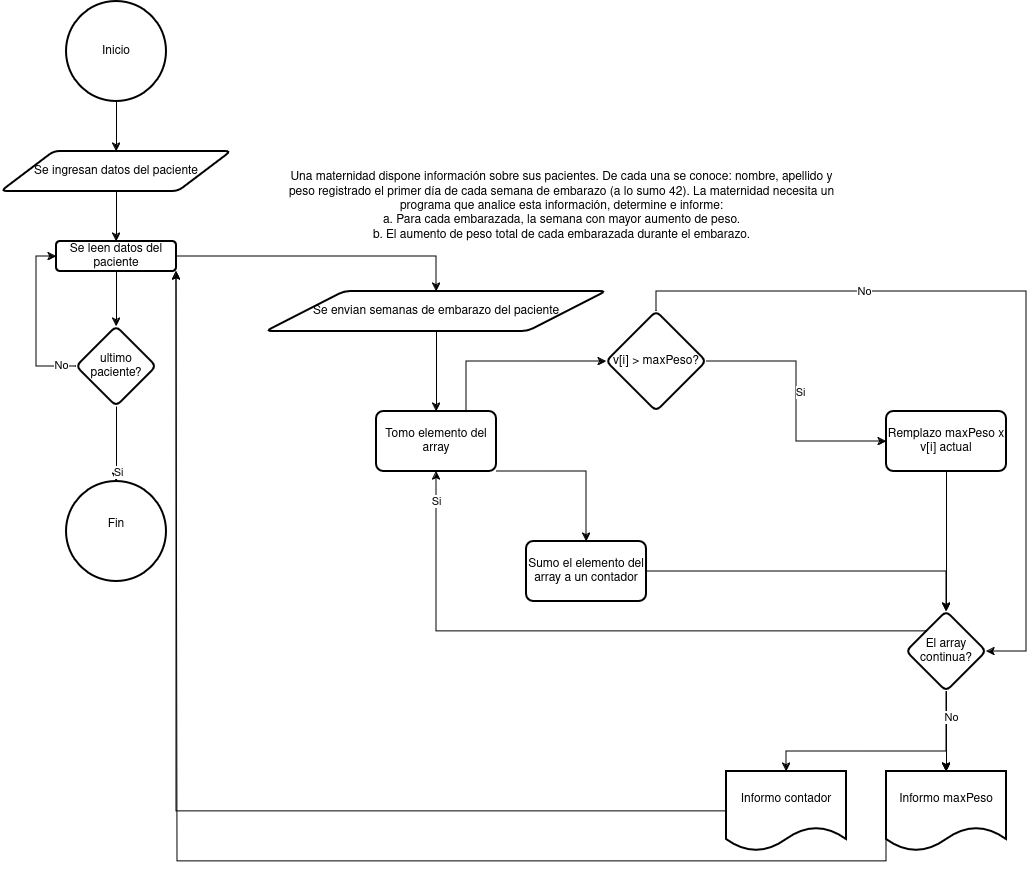
FrancoBanis/facultadInformatica-unlp keeps this draw.io diagram as primero/CADP/Ejercicio4/diagrama.png. Above is the earlier version. Source tidied: cells renumbered, new cells last; positions are measured from the earlier drawing's top-left corner, leaving out a move shared by most shapes.
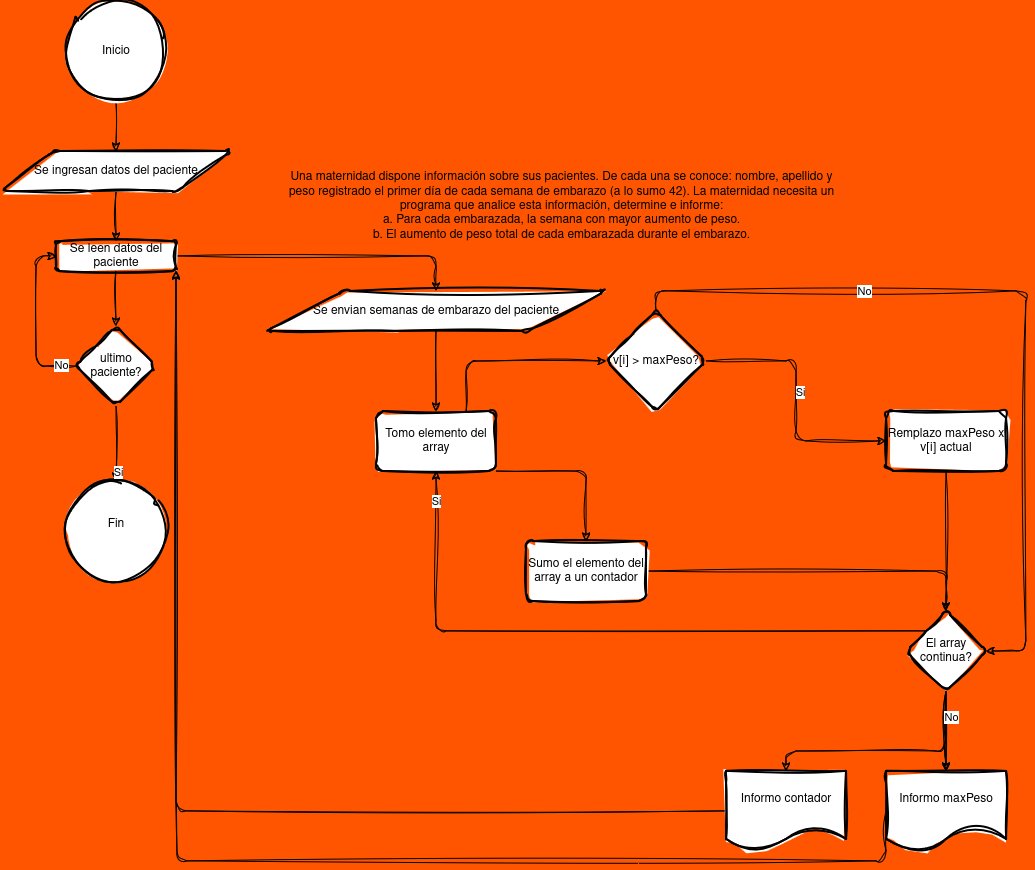
Later version of the same file.

Diff of the diagram source:
```diff
@@ -1,60 +1,60 @@
-<mxGraphModel>
+<mxGraphModel background="#FF5500">
   <root>
     <mxCell id="0" />
     <mxCell id="1" parent="0" />
-    <mxCell id="2" value="Fin&lt;div&gt;&lt;br/&gt;&lt;/div&gt;" style="strokeWidth=2;html=1;shape=mxgraph.flowchart.start_2;whiteSpace=wrap;" parent="1" vertex="1">
+    <mxCell id="2" value="Fin&lt;div&gt;&lt;br/&gt;&lt;/div&gt;" style="strokeWidth=2;html=1;shape=mxgraph.flowchart.start_2;whiteSpace=wrap;sketch=1;curveFitting=1;jiggle=2;rounded=1;" parent="1" vertex="1">
       <mxGeometry x="65" y="480" width="100" height="100" as="geometry" />
     </mxCell>
-    <mxCell id="3" style="edgeStyle=orthogonalEdgeStyle;rounded=0;jettySize=auto;html=1;" parent="1" edge="1" source="4" target="7">
+    <mxCell id="3" style="edgeStyle=orthogonalEdgeStyle;rounded=1;jettySize=auto;html=1;sketch=1;curveFitting=1;jiggle=2;" parent="1" edge="1" source="4" target="7">
       <mxGeometry relative="1" as="geometry" />
     </mxCell>
-    <mxCell id="4" value="Inicio" style="strokeWidth=2;html=1;shape=mxgraph.flowchart.start_2;whiteSpace=wrap;" parent="1" vertex="1">
+    <mxCell id="4" value="Inicio" style="strokeWidth=2;html=1;shape=mxgraph.flowchart.start_2;whiteSpace=wrap;sketch=1;curveFitting=1;jiggle=2;rounded=1;" parent="1" vertex="1">
       <mxGeometry x="65" width="100" height="100" as="geometry" />
     </mxCell>
-    <mxCell id="5" value="Una maternidad dispone información sobre sus pacientes. De cada una se conoce: nombre, apellido y&lt;br&gt;peso registrado el primer día de cada semana de embarazo (a lo sumo 42). La maternidad necesita un&lt;br&gt;programa que analice esta información, determine e informe:&lt;br&gt;a. Para cada embarazada, la semana con mayor aumento de peso.&lt;br&gt;b. El aumento de peso total de cada embarazada durante el embarazo." style="text;html=1;align=center;verticalAlign=middle;strokeColor=none;fillColor=none;" parent="1" vertex="1">
+    <mxCell id="5" value="Una maternidad dispone información sobre sus pacientes. De cada una se conoce: nombre, apellido y&lt;br&gt;peso registrado el primer día de cada semana de embarazo (a lo sumo 42). La maternidad necesita un&lt;br&gt;programa que analice esta información, determine e informe:&lt;br&gt;a. Para cada embarazada, la semana con mayor aumento de peso.&lt;br&gt;b. El aumento de peso total de cada embarazada durante el embarazo." style="text;html=1;align=center;verticalAlign=middle;strokeColor=none;fillColor=none;sketch=1;curveFitting=1;jiggle=2;rounded=1;" parent="1" vertex="1">
       <mxGeometry x="275" y="160" width="570" height="90" as="geometry" />
     </mxCell>
-    <mxCell id="6" style="edgeStyle=orthogonalEdgeStyle;rounded=0;jettySize=auto;html=1;" parent="1" edge="1" source="7" target="10">
+    <mxCell id="6" style="edgeStyle=orthogonalEdgeStyle;rounded=1;jettySize=auto;html=1;sketch=1;curveFitting=1;jiggle=2;" parent="1" edge="1" source="7" target="10">
       <mxGeometry relative="1" as="geometry" />
     </mxCell>
-    <mxCell id="7" value="Se ingresan datos del paciente" style="shape=parallelogram;html=1;strokeWidth=2;perimeter=parallelogramPerimeter;whiteSpace=wrap;rounded=1;arcSize=12;size=0.23;" parent="1" vertex="1">
+    <mxCell id="7" value="Se ingresan datos del paciente" style="shape=parallelogram;html=1;strokeWidth=2;perimeter=parallelogramPerimeter;whiteSpace=wrap;rounded=1;arcSize=12;size=0.23;sketch=1;curveFitting=1;jiggle=2;" parent="1" vertex="1">
       <mxGeometry y="150" width="230" height="40" as="geometry" />
     </mxCell>
-    <mxCell id="8" style="edgeStyle=orthogonalEdgeStyle;rounded=0;jettySize=auto;html=1;entryX=0.5;entryY=0;entryDx=0;entryDy=0;" parent="1" edge="1" source="10" target="12">
+    <mxCell id="8" style="edgeStyle=orthogonalEdgeStyle;rounded=1;jettySize=auto;html=1;entryX=0.5;entryY=0;entryDx=0;entryDy=0;sketch=1;curveFitting=1;jiggle=2;" parent="1" edge="1" source="10" target="12">
       <mxGeometry relative="1" as="geometry" />
     </mxCell>
-    <mxCell id="9" style="edgeStyle=orthogonalEdgeStyle;rounded=0;jettySize=auto;html=1;" parent="1" edge="1" source="10" target="39">
+    <mxCell id="9" style="edgeStyle=orthogonalEdgeStyle;rounded=1;jettySize=auto;html=1;sketch=1;curveFitting=1;jiggle=2;" parent="1" edge="1" source="10" target="39">
       <mxGeometry relative="1" as="geometry" />
     </mxCell>
-    <mxCell id="10" value="Se leen datos del paciente" style="whiteSpace=wrap;html=1;strokeWidth=2;rounded=1;arcSize=12;" parent="1" vertex="1">
+    <mxCell id="10" value="Se leen datos del paciente" style="whiteSpace=wrap;html=1;strokeWidth=2;rounded=1;arcSize=12;sketch=1;curveFitting=1;jiggle=2;" parent="1" vertex="1">
       <mxGeometry x="55" y="240" width="120" height="30" as="geometry" />
     </mxCell>
-    <mxCell id="11" style="edgeStyle=orthogonalEdgeStyle;rounded=0;jettySize=auto;html=1;" parent="1" edge="1" source="12" target="15">
+    <mxCell id="11" style="edgeStyle=orthogonalEdgeStyle;rounded=1;jettySize=auto;html=1;sketch=1;curveFitting=1;jiggle=2;" parent="1" edge="1" source="12" target="15">
       <mxGeometry relative="1" as="geometry" />
     </mxCell>
-    <mxCell id="12" value="Se envian semanas de embarazo del paciente" style="shape=parallelogram;html=1;strokeWidth=2;perimeter=parallelogramPerimeter;whiteSpace=wrap;rounded=1;arcSize=12;size=0.23;" parent="1" vertex="1">
+    <mxCell id="12" value="Se envian semanas de embarazo del paciente" style="shape=parallelogram;html=1;strokeWidth=2;perimeter=parallelogramPerimeter;whiteSpace=wrap;rounded=1;arcSize=12;size=0.23;sketch=1;curveFitting=1;jiggle=2;" parent="1" vertex="1">
       <mxGeometry x="265" y="290" width="340" height="40" as="geometry" />
     </mxCell>
-    <mxCell id="13" style="edgeStyle=orthogonalEdgeStyle;rounded=0;jettySize=auto;html=1;exitX=0.75;exitY=0;exitDx=0;exitDy=0;" parent="1" edge="1" source="15" target="20">
+    <mxCell id="13" style="edgeStyle=orthogonalEdgeStyle;rounded=1;jettySize=auto;html=1;exitX=0.75;exitY=0;exitDx=0;exitDy=0;sketch=1;curveFitting=1;jiggle=2;" parent="1" edge="1" source="15" target="20">
       <mxGeometry relative="1" as="geometry" />
     </mxCell>
-    <mxCell id="14" style="edgeStyle=orthogonalEdgeStyle;rounded=0;jettySize=auto;html=1;" parent="1" edge="1" source="15" target="32">
+    <mxCell id="14" style="edgeStyle=orthogonalEdgeStyle;rounded=1;jettySize=auto;html=1;sketch=1;curveFitting=1;jiggle=2;" parent="1" edge="1" source="15" target="32">
       <mxGeometry relative="1" as="geometry">
         <Array as="points">
           <mxPoint x="585" y="470" />
         </Array>
       </mxGeometry>
     </mxCell>
-    <mxCell id="15" value="Tomo elemento del array" style="whiteSpace=wrap;html=1;strokeWidth=2;rounded=1;arcSize=12;" parent="1" vertex="1">
+    <mxCell id="15" value="Tomo elemento del array" style="whiteSpace=wrap;html=1;strokeWidth=2;rounded=1;arcSize=12;sketch=1;curveFitting=1;jiggle=2;" parent="1" vertex="1">
       <mxGeometry x="375" y="410" width="120" height="60" as="geometry" />
     </mxCell>
-    <mxCell id="16" style="edgeStyle=orthogonalEdgeStyle;rounded=0;jettySize=auto;html=1;" parent="1" edge="1" source="20" target="22">
+    <mxCell id="16" style="edgeStyle=orthogonalEdgeStyle;rounded=1;jettySize=auto;html=1;sketch=1;curveFitting=1;jiggle=2;" parent="1" edge="1" source="20" target="22">
       <mxGeometry relative="1" as="geometry" />
     </mxCell>
-    <mxCell id="17" value="Si" style="edgeLabel;html=1;align=center;verticalAlign=middle;" parent="16" vertex="1">
+    <mxCell id="17" value="Si" style="edgeLabel;html=1;align=center;verticalAlign=middle;sketch=1;curveFitting=1;jiggle=2;rounded=1;" parent="16" vertex="1">
       <mxGeometry x="-0.08" y="3" relative="1" as="geometry" />
     </mxCell>
-    <mxCell id="18" style="edgeStyle=orthogonalEdgeStyle;rounded=0;jettySize=auto;html=1;exitX=0.5;exitY=0;exitDx=0;exitDy=0;entryX=1;entryY=0.5;entryDx=0;entryDy=0;" parent="1" edge="1" source="20" target="30">
+    <mxCell id="18" style="edgeStyle=orthogonalEdgeStyle;rounded=1;jettySize=auto;html=1;exitX=0.5;exitY=0;exitDx=0;exitDy=0;entryX=1;entryY=0.5;entryDx=0;entryDy=0;sketch=1;curveFitting=1;jiggle=2;" parent="1" edge="1" source="20" target="30">
       <mxGeometry relative="1" as="geometry">
         <Array as="points">
           <mxPoint x="655" y="290" />
@@ -63,34 +63,34 @@
         </Array>
       </mxGeometry>
     </mxCell>
-    <mxCell id="19" value="No" style="edgeLabel;html=1;align=center;verticalAlign=middle;" parent="18" vertex="1">
+    <mxCell id="19" value="No" style="edgeLabel;html=1;align=center;verticalAlign=middle;sketch=1;curveFitting=1;jiggle=2;rounded=1;" parent="18" vertex="1">
       <mxGeometry x="-0.43" y="1" relative="1" as="geometry" />
     </mxCell>
-    <mxCell id="20" value="v[i] &amp;gt; maxPeso?" style="rhombus;whiteSpace=wrap;html=1;strokeWidth=2;rounded=1;arcSize=12;" parent="1" vertex="1">
+    <mxCell id="20" value="v[i] &amp;gt; maxPeso?" style="rhombus;whiteSpace=wrap;html=1;strokeWidth=2;rounded=1;arcSize=12;sketch=1;curveFitting=1;jiggle=2;" parent="1" vertex="1">
       <mxGeometry x="605" y="310" width="100" height="100" as="geometry" />
     </mxCell>
-    <mxCell id="21" style="edgeStyle=orthogonalEdgeStyle;rounded=0;jettySize=auto;html=1;" parent="1" edge="1" source="22" target="30">
+    <mxCell id="21" style="edgeStyle=orthogonalEdgeStyle;rounded=1;jettySize=auto;html=1;sketch=1;curveFitting=1;jiggle=2;" parent="1" edge="1" source="22" target="30">
       <mxGeometry relative="1" as="geometry" />
     </mxCell>
-    <mxCell id="22" value="Remplazo maxPeso x v[i] actual" style="whiteSpace=wrap;html=1;strokeWidth=2;rounded=1;arcSize=12;" parent="1" vertex="1">
+    <mxCell id="22" value="Remplazo maxPeso x v[i] actual" style="whiteSpace=wrap;html=1;strokeWidth=2;rounded=1;arcSize=12;sketch=1;curveFitting=1;jiggle=2;" parent="1" vertex="1">
       <mxGeometry x="885" y="410" width="120" height="60" as="geometry" />
     </mxCell>
-    <mxCell id="23" style="edgeStyle=orthogonalEdgeStyle;rounded=0;jettySize=auto;html=1;exitX=0;exitY=0;exitDx=0;exitDy=0;entryX=0.5;entryY=1;entryDx=0;entryDy=0;" parent="1" edge="1" source="30" target="15">
+    <mxCell id="23" style="edgeStyle=orthogonalEdgeStyle;rounded=1;jettySize=auto;html=1;exitX=0;exitY=0;exitDx=0;exitDy=0;entryX=0.5;entryY=1;entryDx=0;entryDy=0;sketch=1;curveFitting=1;jiggle=2;" parent="1" edge="1" source="30" target="15">
       <mxGeometry relative="1" as="geometry" />
     </mxCell>
-    <mxCell id="24" value="Si" style="edgeLabel;html=1;align=center;verticalAlign=middle;" parent="23" vertex="1">
+    <mxCell id="24" value="Si" style="edgeLabel;html=1;align=center;verticalAlign=middle;sketch=1;curveFitting=1;jiggle=2;rounded=1;" parent="23" vertex="1">
       <mxGeometry x="0.91" y="1" relative="1" as="geometry" />
     </mxCell>
-    <mxCell id="25" style="edgeStyle=orthogonalEdgeStyle;rounded=0;jettySize=auto;html=1;" parent="1" edge="1" source="30" target="34">
+    <mxCell id="25" style="edgeStyle=orthogonalEdgeStyle;rounded=1;jettySize=auto;html=1;sketch=1;curveFitting=1;jiggle=2;" parent="1" edge="1" source="30" target="34">
       <mxGeometry relative="1" as="geometry" />
     </mxCell>
-    <mxCell id="26" style="edgeStyle=orthogonalEdgeStyle;rounded=0;jettySize=auto;html=1;" parent="1" edge="1" source="30" target="34">
+    <mxCell id="26" style="edgeStyle=orthogonalEdgeStyle;rounded=1;jettySize=auto;html=1;sketch=1;curveFitting=1;jiggle=2;" parent="1" edge="1" source="30" target="34">
       <mxGeometry relative="1" as="geometry" />
     </mxCell>
-    <mxCell id="27" style="edgeStyle=orthogonalEdgeStyle;rounded=0;jettySize=auto;html=1;" parent="1" edge="1" source="30" target="34">
+    <mxCell id="27" style="edgeStyle=orthogonalEdgeStyle;rounded=1;jettySize=auto;html=1;sketch=1;curveFitting=1;jiggle=2;" parent="1" edge="1" source="30" target="34">
       <mxGeometry relative="1" as="geometry" />
     </mxCell>
-    <mxCell id="28" style="edgeStyle=orthogonalEdgeStyle;rounded=0;jettySize=auto;html=1;" parent="1" edge="1" source="30" target="36">
+    <mxCell id="28" style="edgeStyle=orthogonalEdgeStyle;rounded=1;jettySize=auto;html=1;sketch=1;curveFitting=1;jiggle=2;" parent="1" edge="1" source="30" target="36">
       <mxGeometry relative="1" as="geometry">
         <Array as="points">
           <mxPoint x="945" y="750" />
@@ -98,19 +98,19 @@
         </Array>
       </mxGeometry>
     </mxCell>
-    <mxCell id="29" value="No" style="edgeLabel;html=1;align=center;verticalAlign=middle;" parent="28" vertex="1">
+    <mxCell id="29" value="No" style="edgeLabel;html=1;align=center;verticalAlign=middle;sketch=1;curveFitting=1;jiggle=2;rounded=1;" parent="28" vertex="1">
       <mxGeometry x="-0.79" y="4" relative="1" as="geometry" />
     </mxCell>
-    <mxCell id="30" value="El array continua?" style="rhombus;whiteSpace=wrap;html=1;strokeWidth=2;rounded=1;arcSize=12;" parent="1" vertex="1">
+    <mxCell id="30" value="El array continua?" style="rhombus;whiteSpace=wrap;html=1;strokeWidth=2;rounded=1;arcSize=12;sketch=1;curveFitting=1;jiggle=2;" parent="1" vertex="1">
       <mxGeometry x="905" y="610" width="80" height="80" as="geometry" />
     </mxCell>
-    <mxCell id="31" style="edgeStyle=orthogonalEdgeStyle;rounded=0;jettySize=auto;html=1;exitX=1;exitY=0.5;exitDx=0;exitDy=0;entryX=0.5;entryY=0;entryDx=0;entryDy=0;" parent="1" edge="1" source="32" target="30">
+    <mxCell id="31" style="edgeStyle=orthogonalEdgeStyle;rounded=1;jettySize=auto;html=1;exitX=1;exitY=0.5;exitDx=0;exitDy=0;entryX=0.5;entryY=0;entryDx=0;entryDy=0;sketch=1;curveFitting=1;jiggle=2;" parent="1" edge="1" source="32" target="30">
       <mxGeometry relative="1" as="geometry" />
     </mxCell>
-    <mxCell id="32" value="Sumo el elemento del array a un contador" style="whiteSpace=wrap;html=1;strokeWidth=2;rounded=1;arcSize=12;" parent="1" vertex="1">
+    <mxCell id="32" value="Sumo el elemento del array a un contador" style="whiteSpace=wrap;html=1;strokeWidth=2;rounded=1;arcSize=12;sketch=1;curveFitting=1;jiggle=2;" parent="1" vertex="1">
       <mxGeometry x="525" y="540" width="120" height="60" as="geometry" />
     </mxCell>
-    <mxCell id="33" style="edgeStyle=orthogonalEdgeStyle;rounded=0;jettySize=auto;html=1;exitX=0;exitY=0.5;exitDx=0;exitDy=0;" parent="1" edge="1" source="34">
+    <mxCell id="33" style="edgeStyle=orthogonalEdgeStyle;rounded=1;jettySize=auto;html=1;exitX=0;exitY=0.5;exitDx=0;exitDy=0;sketch=1;curveFitting=1;jiggle=2;" parent="1" edge="1" source="34">
       <mxGeometry relative="1" as="geometry">
         <mxPoint x="175" y="270" as="targetPoint" />
         <Array as="points">
@@ -119,28 +119,28 @@
         </Array>
       </mxGeometry>
     </mxCell>
-    <mxCell id="34" value="Informo maxPeso" style="shape=document;whiteSpace=wrap;html=1;boundedLbl=1;strokeWidth=2;rounded=1;arcSize=12;" parent="1" vertex="1">
+    <mxCell id="34" value="Informo maxPeso" style="shape=document;whiteSpace=wrap;html=1;boundedLbl=1;strokeWidth=2;rounded=1;arcSize=12;sketch=1;curveFitting=1;jiggle=2;" parent="1" vertex="1">
       <mxGeometry x="885" y="770" width="120" height="80" as="geometry" />
     </mxCell>
-    <mxCell id="35" style="edgeStyle=orthogonalEdgeStyle;rounded=0;jettySize=auto;html=1;exitX=0;exitY=0.5;exitDx=0;exitDy=0;entryX=1;entryY=1;entryDx=0;entryDy=0;" parent="1" edge="1" source="36" target="10">
+    <mxCell id="35" style="edgeStyle=orthogonalEdgeStyle;rounded=1;jettySize=auto;html=1;exitX=0;exitY=0.5;exitDx=0;exitDy=0;entryX=1;entryY=1;entryDx=0;entryDy=0;sketch=1;curveFitting=1;jiggle=2;" parent="1" edge="1" source="36" target="10">
       <mxGeometry relative="1" as="geometry" />
     </mxCell>
-    <mxCell id="36" value="Informo contador" style="shape=document;whiteSpace=wrap;html=1;boundedLbl=1;strokeWidth=2;rounded=1;arcSize=12;" parent="1" vertex="1">
+    <mxCell id="36" value="Informo contador" style="shape=document;whiteSpace=wrap;html=1;boundedLbl=1;strokeWidth=2;rounded=1;arcSize=12;sketch=1;curveFitting=1;jiggle=2;" parent="1" vertex="1">
       <mxGeometry x="725" y="770" width="120" height="80" as="geometry" />
     </mxCell>
-    <mxCell id="37" style="edgeStyle=orthogonalEdgeStyle;rounded=0;jettySize=auto;html=1;exitX=0;exitY=0.5;exitDx=0;exitDy=0;entryX=0;entryY=0.5;entryDx=0;entryDy=0;" parent="1" edge="1" source="39" target="10">
+    <mxCell id="37" style="edgeStyle=orthogonalEdgeStyle;rounded=1;jettySize=auto;html=1;exitX=0;exitY=0.5;exitDx=0;exitDy=0;entryX=0;entryY=0.5;entryDx=0;entryDy=0;sketch=1;curveFitting=1;jiggle=2;" parent="1" edge="1" source="39" target="10">
       <mxGeometry relative="1" as="geometry" />
     </mxCell>
-    <mxCell id="38" value="No" style="edgeLabel;html=1;align=center;verticalAlign=middle;" parent="37" vertex="1">
+    <mxCell id="38" value="No" style="edgeLabel;html=1;align=center;verticalAlign=middle;sketch=1;curveFitting=1;jiggle=2;rounded=1;" parent="37" vertex="1">
       <mxGeometry x="-0.81" y="-2" relative="1" as="geometry" />
     </mxCell>
-    <mxCell id="39" value="ultimo paciente?" style="rhombus;whiteSpace=wrap;html=1;strokeWidth=2;rounded=1;arcSize=12;" parent="1" vertex="1">
+    <mxCell id="39" value="ultimo paciente?" style="rhombus;whiteSpace=wrap;html=1;strokeWidth=2;rounded=1;arcSize=12;sketch=1;curveFitting=1;jiggle=2;" parent="1" vertex="1">
       <mxGeometry x="75" y="325" width="80" height="80" as="geometry" />
     </mxCell>
-    <mxCell id="40" style="edgeStyle=orthogonalEdgeStyle;rounded=0;jettySize=auto;html=1;exitX=0.5;exitY=1;exitDx=0;exitDy=0;entryX=0.5;entryY=0;entryDx=0;entryDy=0;entryPerimeter=0;" parent="1" edge="1" source="39" target="2">
+    <mxCell id="40" style="edgeStyle=orthogonalEdgeStyle;rounded=1;jettySize=auto;html=1;exitX=0.5;exitY=1;exitDx=0;exitDy=0;entryX=0.5;entryY=0;entryDx=0;entryDy=0;entryPerimeter=0;sketch=1;curveFitting=1;jiggle=2;" parent="1" edge="1" source="39" target="2">
       <mxGeometry relative="1" as="geometry" />
     </mxCell>
-    <mxCell id="41" value="Si" style="edgeLabel;html=1;align=center;verticalAlign=middle;" parent="40" vertex="1">
+    <mxCell id="41" value="Si" style="edgeLabel;html=1;align=center;verticalAlign=middle;sketch=1;curveFitting=1;jiggle=2;rounded=1;" parent="40" vertex="1">
       <mxGeometry x="0.74" y="1" relative="1" as="geometry" />
     </mxCell>
   </root>
```
